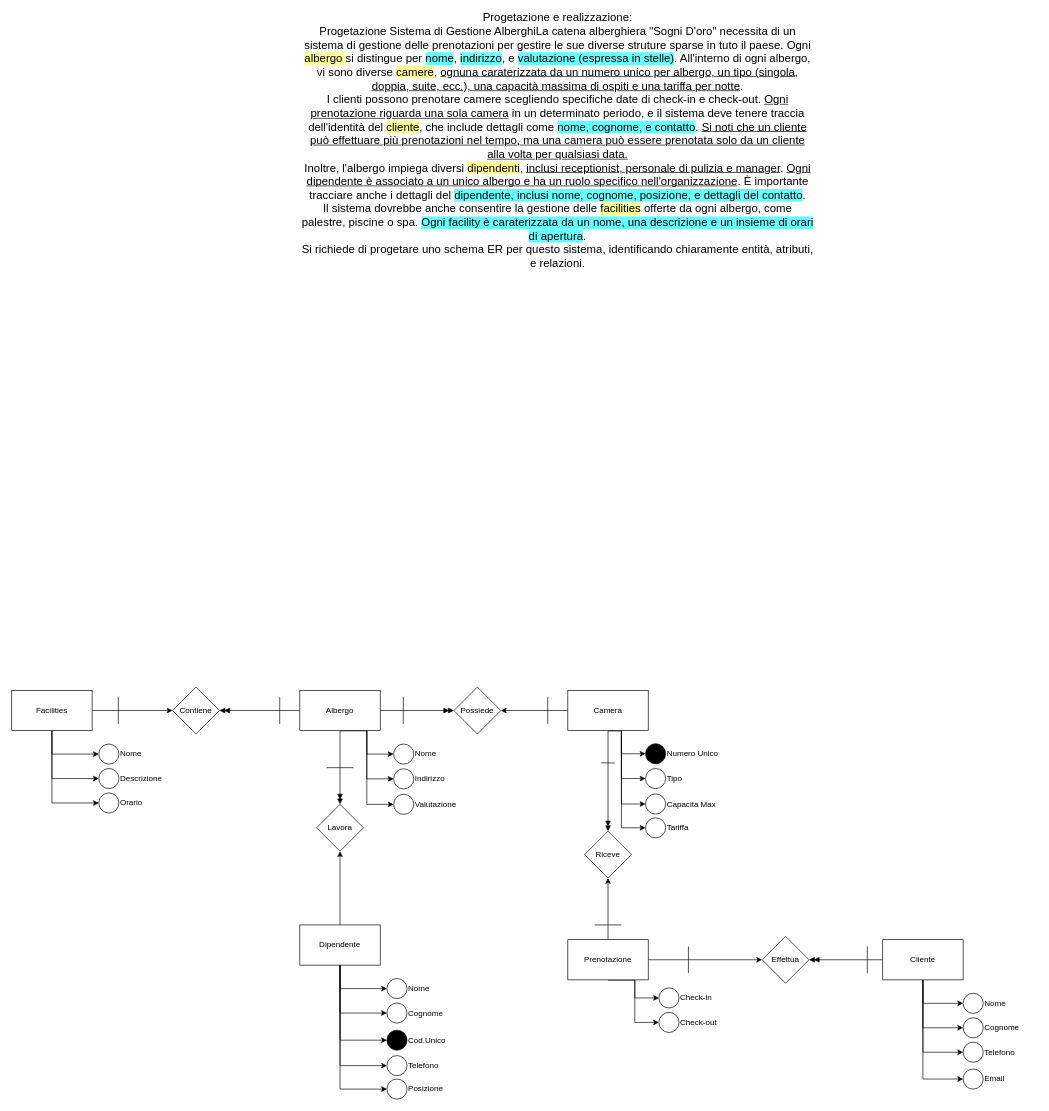
Before: Esercitazione_13_03_2024_Albergo.drawio in Sparck94/Esercitazione_08_03, a draw.io diagram. Source tidied: cells renumbered, new cells numbered last; positions are measured from the earlier drawing's top-left corner, leaving out a move shared by most shapes. Both pictures are drawn from the tidied source at 67%, with x=0, y=0 at pixel (11, 13).
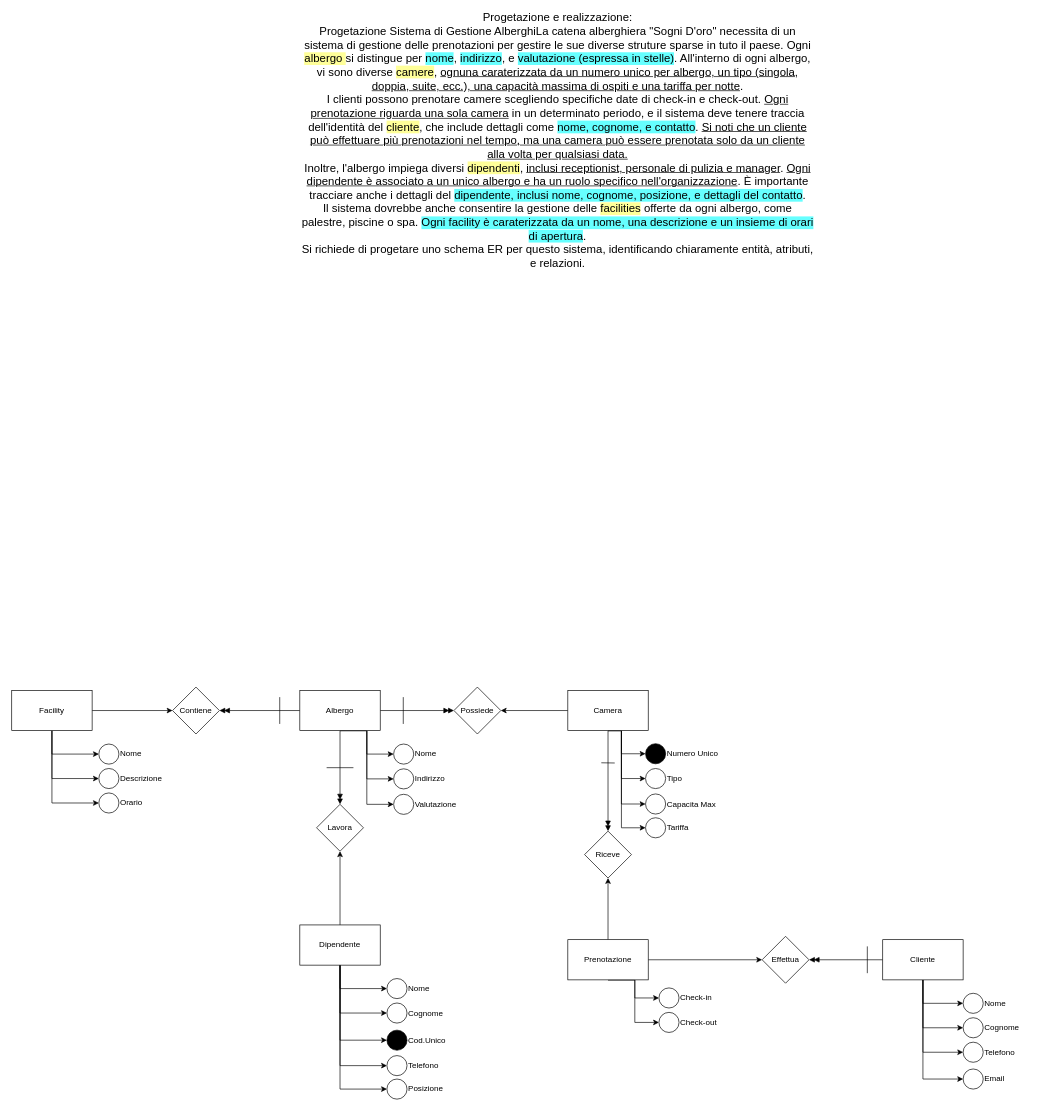
After the change.

Commit message (it also covers changes not shown here):
Piccole correzioni al diagramma dopo la correzione del prof

The edit, as a diff of the source:
```diff
@@
-    <mxCell id="34" value="Facilities" style="rounded=0;whiteSpace=wrap;html=1;" parent="1" vertex="1">
+    <mxCell id="34" value="Facility" style="rounded=0;whiteSpace=wrap;html=1;" parent="1" vertex="1">
       <mxGeometry y="1010" width="120" height="60" as="geometry" />
     </mxCell>
@@
-    <mxCell id="88" style="endArrow=none;html=1;rounded=0;" parent="1" edge="1">
-      <mxGeometry relative="1" as="geometry">
-        <mxPoint x="159.1" y="1060" as="sourcePoint" />
-        <mxPoint x="159.1" y="1020" as="targetPoint" />
-      </mxGeometry>
-    </mxCell>
@@
-    <mxCell id="91" style="endArrow=none;html=1;rounded=0;" parent="1" edge="1">
-      <mxGeometry relative="1" as="geometry">
-        <mxPoint x="1010" y="1432" as="sourcePoint" />
-        <mxPoint x="1010" y="1392" as="targetPoint" />
-      </mxGeometry>
-    </mxCell>
-    <mxCell id="92" style="endArrow=none;html=1;rounded=0;" parent="1" edge="1">
-      <mxGeometry relative="1" as="geometry">
-        <mxPoint x="800" y="1060" as="sourcePoint" />
-        <mxPoint x="800" y="1020" as="targetPoint" />
-      </mxGeometry>
-    </mxCell>
-    <mxCell id="93" style="endArrow=none;html=1;rounded=0;" parent="1" edge="1">
-      <mxGeometry relative="1" as="geometry">
-        <mxPoint x="870" y="1360" as="sourcePoint" />
-        <mxPoint x="910" y="1360" as="targetPoint" />
-      </mxGeometry>
-    </mxCell>
```
